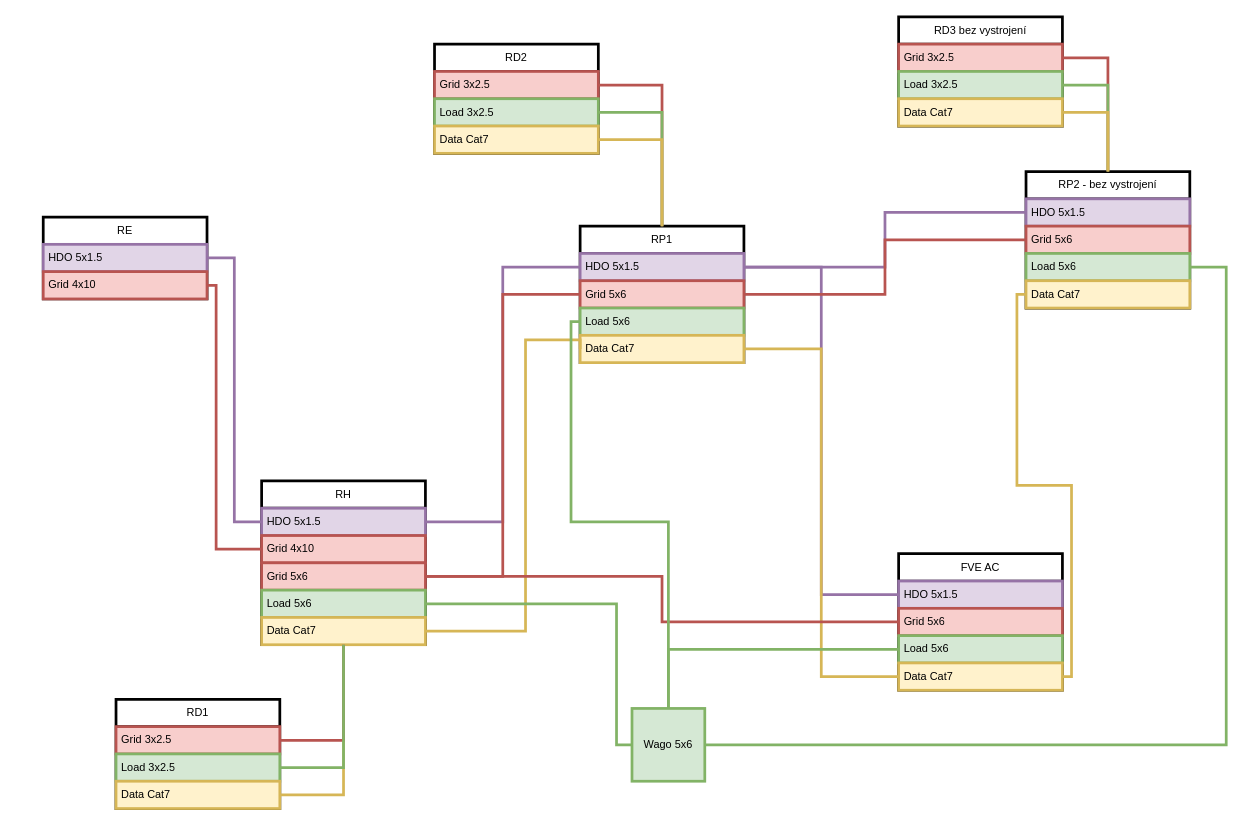
Earlier version of the draw.io diagram House_Loucka/Rozvadece/SchemaRozvadecu.drawio (oukej1/Home-automation). Source tidied: cells renumbered, new cells numbered last; positions are measured from the earlier drawing's top-left corner, leaving out a move shared by most shapes. Both pictures are drawn from the tidied source at 91%, with x=0, y=0 at pixel (43, 16).
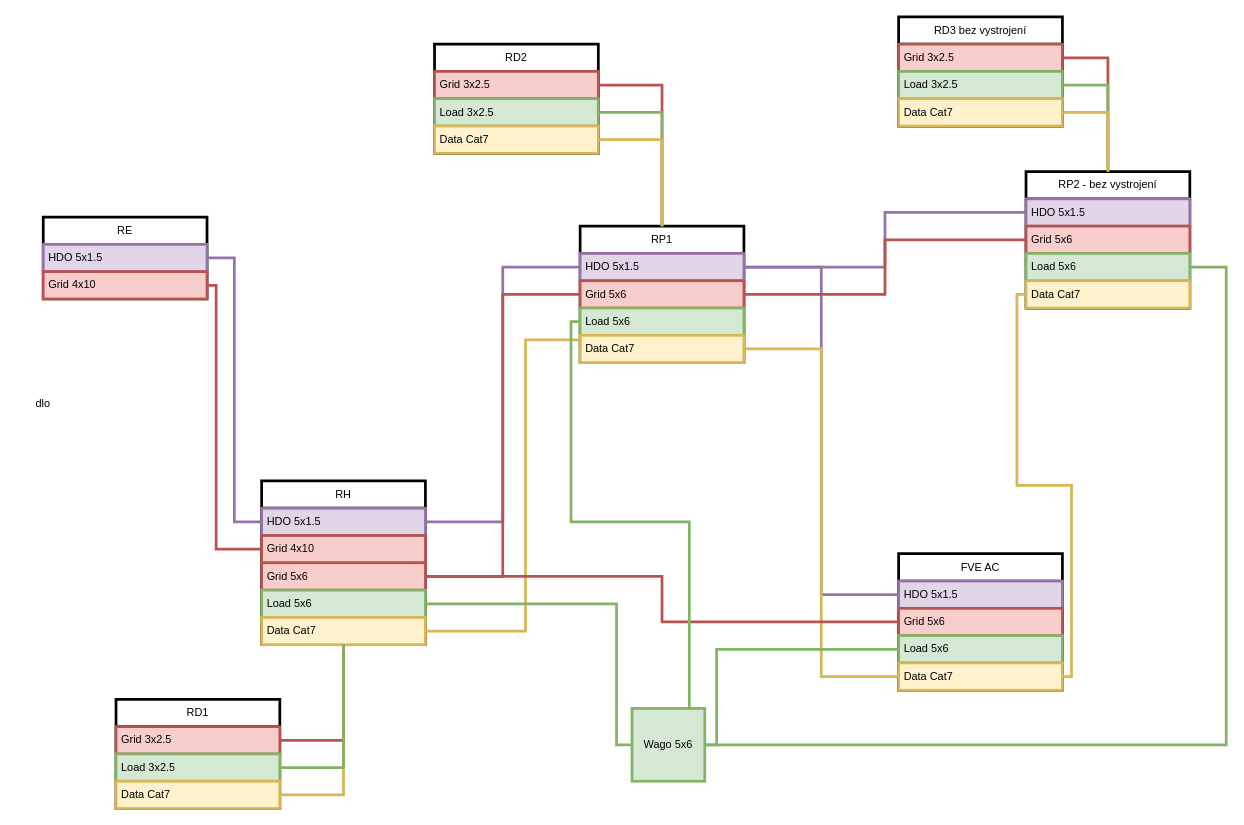
After the change.

The change refers to these unchanged cells:
```xml
<mxCell id="14" value="Load 5x6" style="text;strokeColor=#82b366;fillColor=#d5e8d4;align=left;verticalAlign=middle;spacingLeft=4;spacingRight=4;overflow=hidden;points=[[0,0.5],[1,0.5]];portConstraint=eastwest;whiteSpace=wrap;html=1;strokeWidth=3;" parent="11" vertex="1">
  <mxGeometry y="90" width="180" height="30" as="geometry" />
</mxCell>
<mxCell id="19" value="Load 5x6" style="text;strokeColor=#82b366;fillColor=#d5e8d4;align=left;verticalAlign=middle;spacingLeft=4;spacingRight=4;overflow=hidden;points=[[0,0.5],[1,0.5]];portConstraint=eastwest;whiteSpace=wrap;html=1;strokeWidth=3;" parent="16" vertex="1">
  <mxGeometry y="90" width="180" height="30" as="geometry" />
</mxCell>
<mxCell id="65" value="Wago 5x6" style="whiteSpace=wrap;html=1;fillColor=#d5e8d4;strokeColor=#82b366;strokeWidth=3;" parent="60" vertex="1">
  <mxGeometry x="647" y="760" width="80" height="80" as="geometry" />
</mxCell>
```

Diff of the diagram source:
```diff
@@
+    <mxCell id="66" value="dlo" style="text;strokeColor=none;align=center;fillColor=none;html=1;verticalAlign=middle;whiteSpace=wrap;rounded=0;" parent="1" vertex="1">
+      <mxGeometry x="-30" y="410" width="60" height="30" as="geometry" />
+    </mxCell>
@@
     <mxCell id="62" style="endArrow=none;html=1;rounded=0;fillColor=#d5e8d4;strokeColor=#82b366;strokeWidth=3;entryX=0;entryY=0.5;entryDx=0;entryDy=0;edgeStyle=orthogonalEdgeStyle;" parent="60" edge="1" source="65" target="14">
-      <mxGeometry relative="1" as="geometry" />
+      <mxGeometry relative="1" as="geometry">
+        <Array as="points">
+          <mxPoint x="710" y="555" />
+          <mxPoint x="580" y="555" />
+          <mxPoint x="580" y="335" />
+        </Array>
+      </mxGeometry>
     </mxCell>
     <mxCell id="63" style="endArrow=none;html=1;rounded=0;fillColor=#d5e8d4;strokeColor=#82b366;strokeWidth=3;edgeStyle=orthogonalEdgeStyle;" parent="60" edge="1" source="65" target="19">
-      <mxGeometry relative="1" as="geometry" />
+      <mxGeometry relative="1" as="geometry">
+        <Array as="points">
+          <mxPoint x="740" y="800" />
+          <mxPoint x="740" y="695" />
+        </Array>
+      </mxGeometry>
     </mxCell>
```
